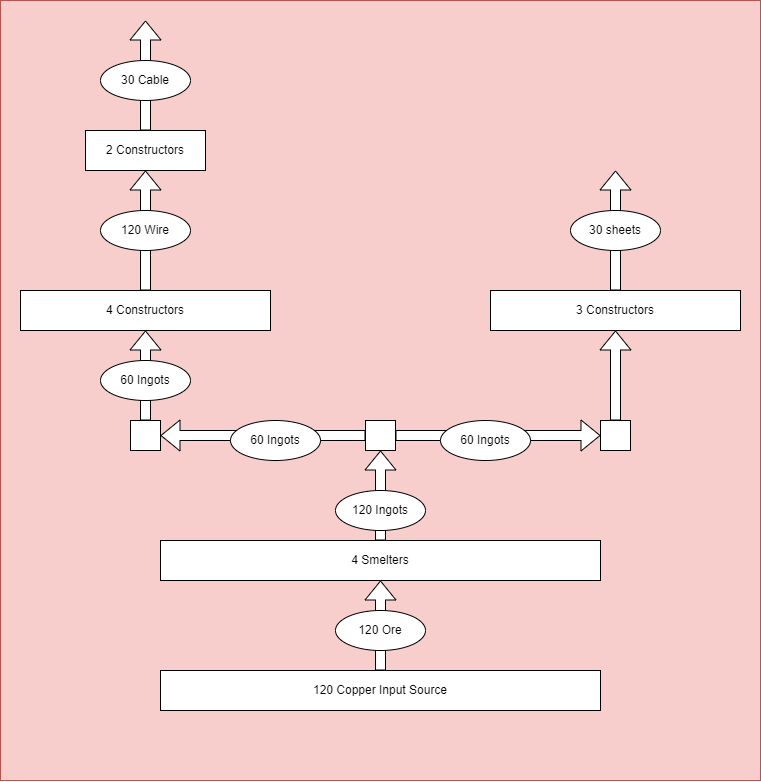
Above: copper.drawio.png in nlarsen31/Factories (draw.io), before the change. Source tidied: cells renumbered, new cells last; positions are measured from the earlier drawing's top-left corner, leaving out a move shared by most shapes.
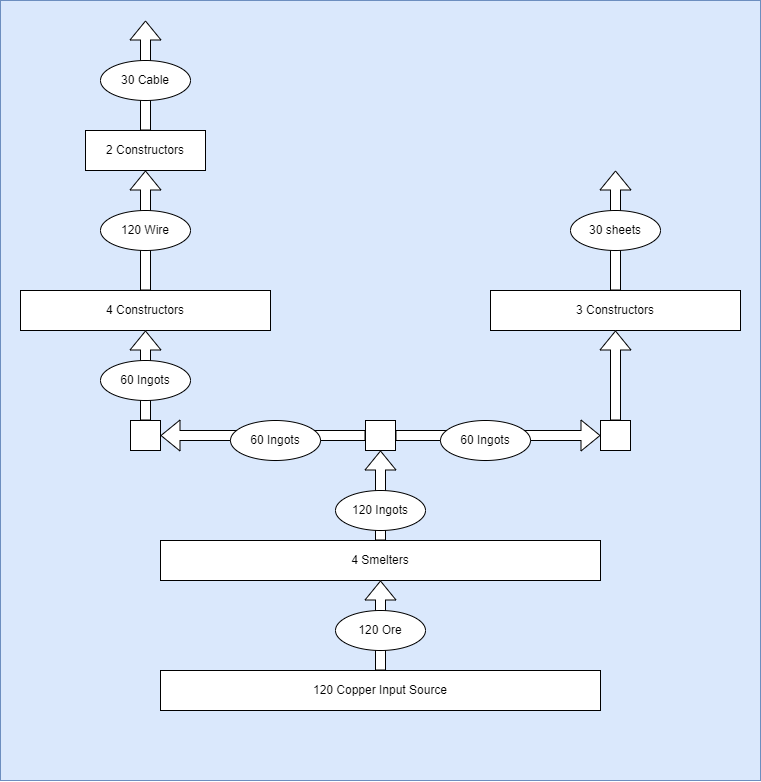
Above is the later version.

Diff of the diagram source:
```diff
@@ -2,7 +2,7 @@
   <root>
     <mxCell id="0" />
     <mxCell id="1" parent="0" />
-    <mxCell id="2" style="rounded=0;whiteSpace=wrap;html=1;fillColor=#f8cecc;strokeColor=#b85450;" parent="1" vertex="1">
+    <mxCell id="2" style="rounded=0;whiteSpace=wrap;html=1;fillColor=#dae8fc;strokeColor=#6c8ebf;" parent="1" vertex="1">
       <mxGeometry width="760" height="780" as="geometry" />
     </mxCell>
     <mxCell id="3" value="120 Copper Input Source" style="rounded=0;whiteSpace=wrap;html=1;" parent="1" vertex="1">
```
